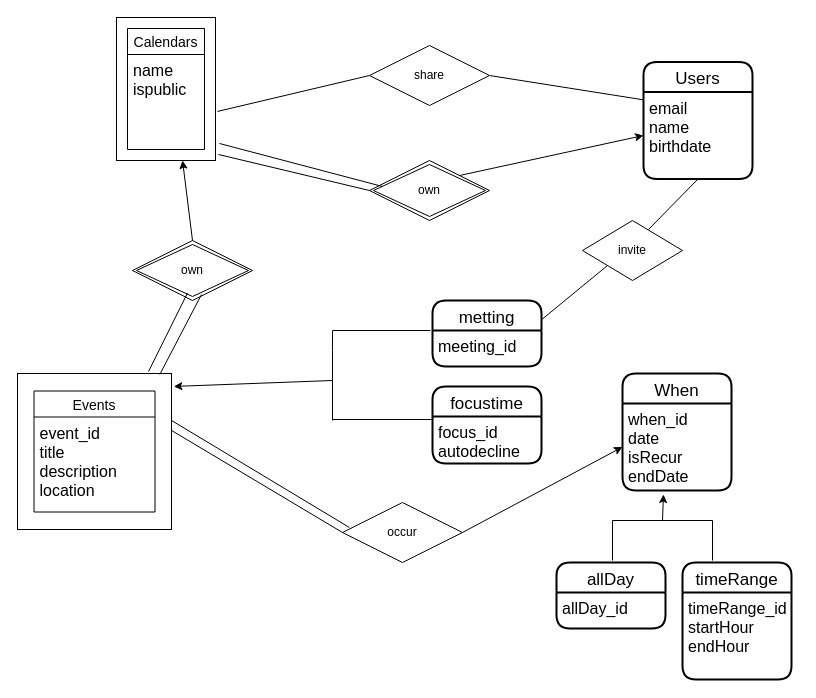
This is Untitled Diagram.drawio from MarionetteSHF/data_wrangling_i, a draw.io file, before an edit. Source tidied: cells renumbered, new cells numbered last; positions are measured from the earlier drawing's top-left corner, leaving out a move shared by most shapes. Both pictures are drawn from the tidied source at 100%, with x=0, y=0 at pixel (17, 17).
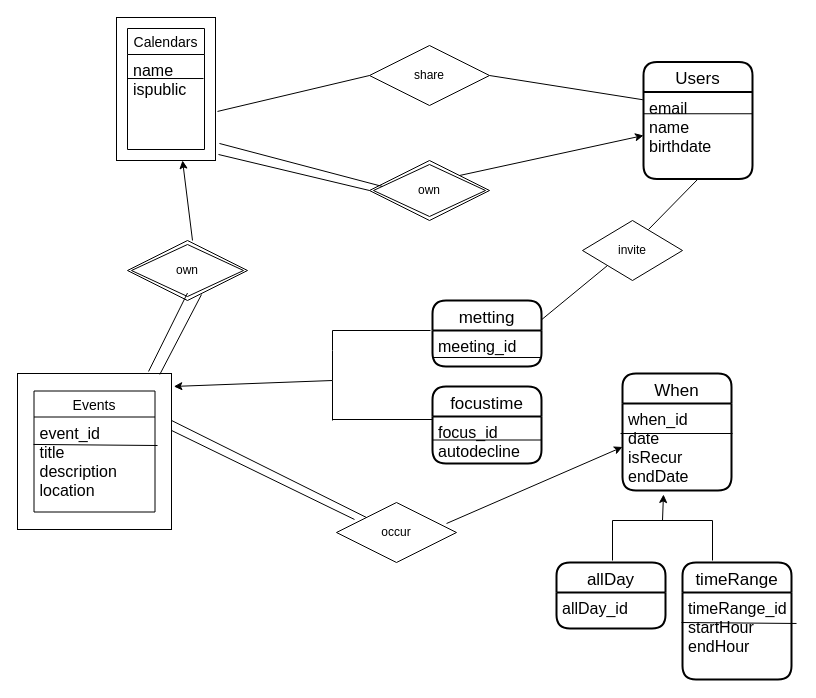
The same page after the edit.

The change refers to these unchanged cells:
```xml
<mxCell id="29" value="Users" style="swimlane;horizontal=1;startSize=30;rounded=1;fontSize=17;fontStyle=0;strokeWidth=2;shadow=0;dashed=0;align=center;" parent="1" vertex="1">
  <mxGeometry x="626" y="44.5" width="109" height="117" as="geometry" />
</mxCell>
<mxCell id="31" value="When" style="swimlane;horizontal=1;startSize=30;rounded=1;fontSize=17;fontStyle=0;strokeWidth=2;shadow=0;dashed=0;align=center;" parent="1" vertex="1">
  <mxGeometry x="605" y="356" width="109" height="117" as="geometry" />
</mxCell>
<mxCell id="32" value="when_id&#10;date&#10;isRecur&#10;endDate" style="align=left;strokeColor=none;fillColor=none;spacingLeft=4;fontSize=16;verticalAlign=top;" parent="31" vertex="1">
  <mxGeometry y="30" width="109" height="87" as="geometry" />
</mxCell>
<mxCell id="33" value="timeRange" style="swimlane;horizontal=1;startSize=30;rounded=1;fontSize=17;fontStyle=0;strokeWidth=2;shadow=0;dashed=0;align=center;" parent="1" vertex="1">
  <mxGeometry x="665" y="545" width="109" height="117" as="geometry" />
</mxCell>
<mxCell id="34" value="timeRange_id&#10;startHour&#10;endHour" style="align=left;strokeColor=none;fillColor=none;spacingLeft=4;fontSize=16;verticalAlign=top;" parent="33" vertex="1">
  <mxGeometry y="30" width="109" height="87" as="geometry" />
</mxCell>
<mxCell id="35" value="focustime" style="swimlane;horizontal=1;startSize=30;rounded=1;fontSize=17;fontStyle=0;strokeWidth=2;shadow=0;dashed=0;align=center;" parent="1" vertex="1">
  <mxGeometry x="415" y="369" width="109" height="77" as="geometry" />
</mxCell>
<mxCell id="36" value="focus_id&#10;autodecline" style="align=left;strokeColor=none;fillColor=none;spacingLeft=4;fontSize=16;verticalAlign=top;" parent="35" vertex="1">
  <mxGeometry y="30" width="109" height="47" as="geometry" />
</mxCell>
<mxCell id="37" value="metting" style="swimlane;horizontal=1;startSize=30;rounded=1;fontSize=17;fontStyle=0;strokeWidth=2;shadow=0;dashed=0;align=center;" parent="1" vertex="1">
  <mxGeometry x="415" y="283" width="109" height="66" as="geometry" />
</mxCell>
<mxCell id="38" value="meeting_id" style="align=left;strokeColor=none;fillColor=none;spacingLeft=4;fontSize=16;verticalAlign=top;" parent="37" vertex="1">
  <mxGeometry y="30" width="109" height="36" as="geometry" />
</mxCell>
<mxCell id="41" value="Events" style="swimlane;fontStyle=0;horizontal=1;startSize=26;align=center;fontSize=14;fillColor=none;" parent="1" vertex="1">
  <mxGeometry x="16.5" y="373.5" width="121" height="121" as="geometry" />
</mxCell>
<mxCell id="42" value="event_id&#10;title&#10;description&#10;location" style="text;strokeColor=none;fillColor=none;spacingLeft=4;spacingRight=4;overflow=hidden;points=[[0,0.5],[1,0.5]];portConstraint=eastwest;fontSize=16;" parent="41" vertex="1">
  <mxGeometry y="26" width="121" height="95" as="geometry" />
</mxCell>
<mxCell id="43" style="whiteSpace=wrap;html=1;align=center;newEdgeStyle={&quot;edgeStyle&quot;:&quot;elbowEdgeStyle&quot;,&quot;startArrow&quot;:&quot;none&quot;,&quot;endArrow&quot;:&quot;none&quot;};fontSize=16;fillColor=none;" parent="1" vertex="1">
  <mxGeometry y="356" width="154" height="156" as="geometry" />
</mxCell>
<mxCell id="45" value="Calendars" style="swimlane;fontStyle=0;horizontal=1;startSize=26;align=center;fontSize=14;fillColor=none;" parent="1" vertex="1">
  <mxGeometry x="110" y="11" width="77" height="121" as="geometry" />
</mxCell>
```

Diff of the diagram source:
```diff
@@
-    <mxCell id="9" style="endArrow=none;html=1;rounded=0;entryX=0.058;entryY=0.417;entryDx=0;entryDy=0;entryPerimeter=0;exitX=1;exitY=0.301;exitDx=0;exitDy=0;exitPerimeter=0;" parent="1" edge="1" source="43" target="11">
+    <mxCell id="9" style="endArrow=none;html=1;rounded=0;entryX=0;entryY=0;entryDx=0;entryDy=0;exitX=1;exitY=0.301;exitDx=0;exitDy=0;exitPerimeter=0;" parent="1" edge="1" source="43" target="11">
       <mxGeometry relative="1" as="geometry" />
     </mxCell>
-    <mxCell id="10" style="endArrow=none;html=1;rounded=0;entryX=0;entryY=0.5;entryDx=0;entryDy=0;exitX=1;exitY=0.365;exitDx=0;exitDy=0;exitPerimeter=0;" parent="1" edge="1" source="43" target="11">
+    <mxCell id="10" style="endArrow=none;html=1;rounded=0;entryX=0.15;entryY=0.283;entryDx=0;entryDy=0;exitX=1;exitY=0.365;exitDx=0;exitDy=0;exitPerimeter=0;entryPerimeter=0;" parent="1" edge="1" source="43" target="11">
       <mxGeometry relative="1" as="geometry" />
     </mxCell>
-    <mxCell id="11" value="occur" style="shape=rhombus;perimeter=rhombusPerimeter;whiteSpace=wrap;html=1;align=center;" parent="1" vertex="1">
-      <mxGeometry x="325" y="485" width="120" height="60" as="geometry" />
-    </mxCell>
-    <mxCell id="12" style="endArrow=classic;html=1;rounded=0;exitX=1;exitY=0.5;exitDx=0;exitDy=0;entryX=0;entryY=0.5;entryDx=0;entryDy=0;" parent="1" edge="1" source="11" target="32">
+    <mxCell id="12" style="endArrow=classic;html=1;rounded=0;exitX=0.917;exitY=0.35;exitDx=0;exitDy=0;entryX=0;entryY=0.5;entryDx=0;entryDy=0;exitPerimeter=0;" parent="1" edge="1" source="11" target="32">
       <mxGeometry relative="1" as="geometry" />
     </mxCell>
@@
     <mxCell id="24" value="own" style="shape=rhombus;double=1;perimeter=rhombusPerimeter;whiteSpace=wrap;html=1;align=center;" parent="1" vertex="1">
-      <mxGeometry x="115" y="223" width="120" height="60" as="geometry" />
+      <mxGeometry x="110" y="223" width="120" height="60" as="geometry" />
     </mxCell>
@@
-    <mxCell id="30" value="email&#10;name&#10;birthdate&#10;" style="align=left;strokeColor=none;fillColor=none;spacingLeft=4;fontSize=16;verticalAlign=top;" parent="29" vertex="1">
+    <mxCell id="30" value="email&#10;name&#10;birthdate&#10;" style="align=left;strokeColor=none;fillColor=none;spacingLeft=4;fontSize=16;verticalAlign=top;fontStyle=0;" parent="29" vertex="1">
       <mxGeometry y="30" width="109" height="87" as="geometry" />
     </mxCell>
+    <mxCell id="47" style="endArrow=none;html=1;rounded=0;entryX=1;entryY=0.25;entryDx=0;entryDy=0;exitX=0;exitY=0.25;exitDx=0;exitDy=0;" parent="29" edge="1" source="30" target="30">
+      <mxGeometry relative="1" as="geometry" />
+    </mxCell>
@@
+    <mxCell id="48" style="endArrow=none;html=1;rounded=0;exitX=-0.018;exitY=0.345;exitDx=0;exitDy=0;exitPerimeter=0;" parent="31" edge="1" source="32">
+      <mxGeometry relative="1" as="geometry">
+        <mxPoint x="110" y="60" as="targetPoint" />
+      </mxGeometry>
+    </mxCell>
@@
+    <mxCell id="49" style="endArrow=none;html=1;rounded=0;entryX=1.046;entryY=0.356;entryDx=0;entryDy=0;exitX=-0.009;exitY=0.345;exitDx=0;exitDy=0;entryPerimeter=0;exitPerimeter=0;" parent="33" edge="1" source="34" target="34">
+      <mxGeometry relative="1" as="geometry" />
+    </mxCell>
@@
+    <mxCell id="50" style="endArrow=none;html=1;rounded=0;entryX=1;entryY=0.5;entryDx=0;entryDy=0;exitX=0;exitY=0.5;exitDx=0;exitDy=0;" parent="35" edge="1" source="36" target="36">
+      <mxGeometry relative="1" as="geometry" />
+    </mxCell>
@@
+    <mxCell id="51" style="endArrow=none;html=1;rounded=0;entryX=1;entryY=0.75;entryDx=0;entryDy=0;exitX=0;exitY=0.75;exitDx=0;exitDy=0;" parent="37" edge="1" source="38" target="38">
+      <mxGeometry relative="1" as="geometry" />
+    </mxCell>
@@
+    <mxCell id="52" style="endArrow=none;html=1;rounded=0;exitX=-0.004;exitY=0.289;exitDx=0;exitDy=0;exitPerimeter=0;entryX=1.021;entryY=0.3;entryDx=0;entryDy=0;entryPerimeter=0;" parent="41" edge="1" source="42" target="42">
+      <mxGeometry relative="1" as="geometry" />
+    </mxCell>
@@
-    <mxCell id="46" value="name&#10;ispublic" style="text;strokeColor=none;fillColor=none;spacingLeft=4;spacingRight=4;overflow=hidden;points=[[0,0.5],[1,0.5]];portConstraint=eastwest;fontSize=16;" parent="45" vertex="1">
+    <mxCell id="46" value="name&#10;ispublic" style="text;strokeColor=none;fillColor=none;spacingLeft=4;spacingRight=4;overflow=hidden;points=[[0,0.5],[1,0.5]];portConstraint=eastwest;fontSize=16;fontStyle=0;" parent="45" vertex="1">
       <mxGeometry y="26" width="77" height="95" as="geometry" />
     </mxCell>
+    <mxCell id="53" style="endArrow=none;html=1;rounded=0;entryX=0.987;entryY=0.253;entryDx=0;entryDy=0;entryPerimeter=0;exitX=0;exitY=0.253;exitDx=0;exitDy=0;exitPerimeter=0;" parent="45" edge="1" source="46" target="46">
+      <mxGeometry relative="1" as="geometry" />
+    </mxCell>
+    <mxCell id="11" value="occur" style="shape=rhombus;perimeter=rhombusPerimeter;whiteSpace=wrap;html=1;align=center;" parent="1" vertex="1">
+      <mxGeometry x="319" y="485" width="120" height="60" as="geometry" />
+    </mxCell>
```
